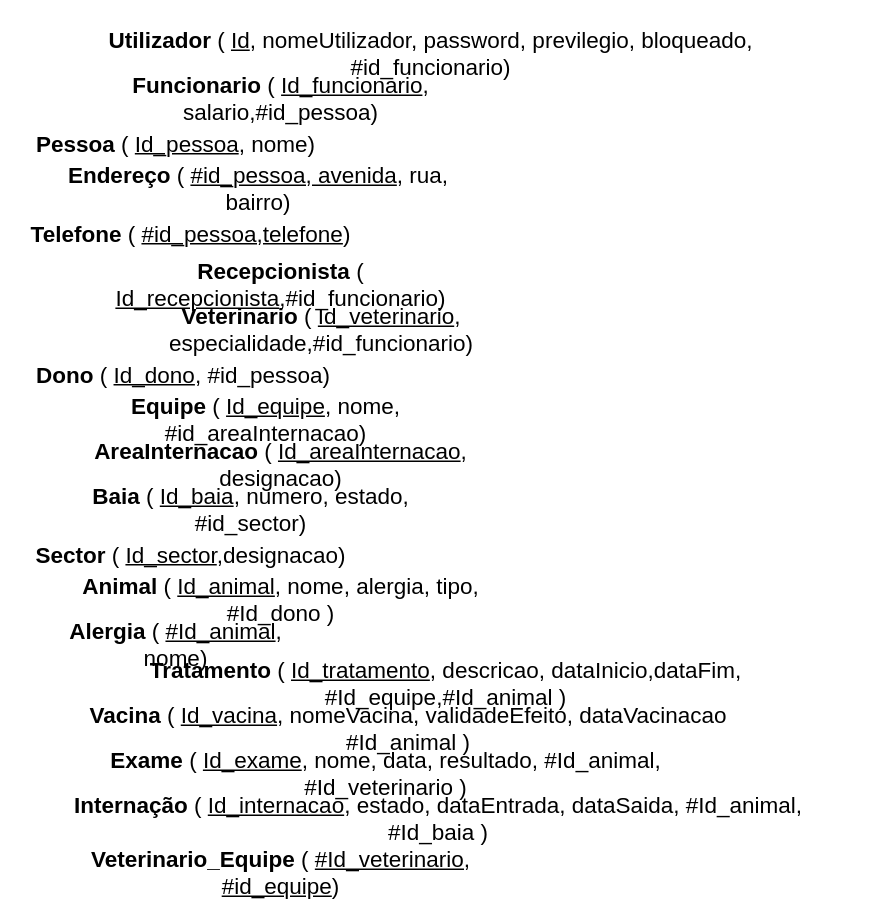
The draw.io diagram page "Normalização" (3 of 8) of modelagem_banco-de-dados/ClinicaVeterianaria.drawio in JeanJacquesNS/clinica-veterinaria, before the edit. Source tidied: cells renumbered, new cells numbered last; positions are measured from the earlier drawing's top-left corner, leaving out a move shared by most shapes. Both pictures are drawn from the tidied source at 150%, with x=0, y=0 at pixel (26, 30).
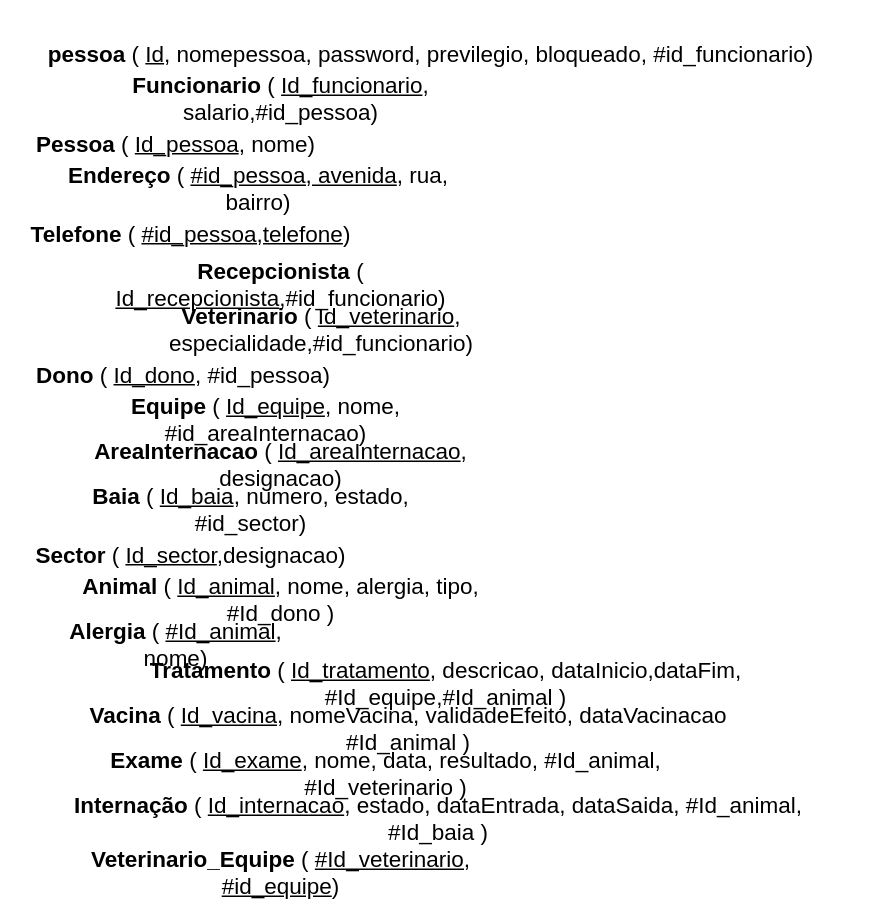
Above is the later version.

The edit, as a diff of the source:
```diff
@@
-    <mxCell id="2" value="&lt;b&gt;Utilizador&lt;/b&gt; ( &lt;u&gt;Id&lt;/u&gt;, nomeUtilizador, password, previlegio, bloqueado, #id_funcionario)" style="text;html=1;strokeColor=none;fillColor=none;align=center;verticalAlign=middle;whiteSpace=wrap;rounded=0;fontSize=15;" parent="1" vertex="1">
+    <mxCell id="2" value="&lt;b&gt;pessoa&lt;/b&gt; ( &lt;u&gt;Id&lt;/u&gt;, nomepessoa, password, previlegio, bloqueado, #id_funcionario)" style="text;html=1;strokeColor=none;fillColor=none;align=center;verticalAlign=middle;whiteSpace=wrap;rounded=0;fontSize=15;" parent="1" vertex="1">
       <mxGeometry x="5" width="530" height="30" as="geometry" />
     </mxCell>
```
